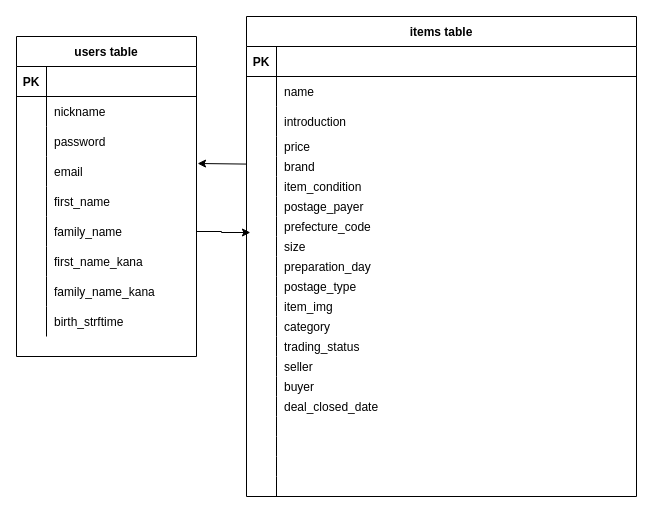
The draw.io diagram table.dio in masayaono/furima-32136, before the edit. Source tidied: cells renumbered, new cells numbered last; positions are measured from the earlier drawing's top-left corner, leaving out a move shared by most shapes. Both pictures are drawn from the tidied source at 100%, with x=0, y=0 at pixel (16, 16).
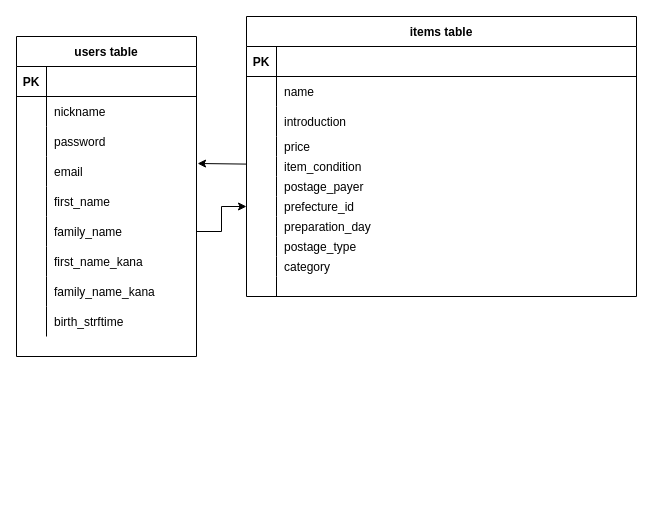
Above is the later version.

The change refers to these unchanged cells:
```xml
<mxCell id="12" style="shape=partialRectangle;fillColor=none;top=0;left=0;bottom=0;right=0;points=[[0,0.5],[1,0.5]];portConstraint=eastwest;" parent="2" vertex="1">
  <mxGeometry y="120" width="180" height="30" as="geometry" />
</mxCell>
<mxCell id="18" style="shape=partialRectangle;fillColor=none;top=0;left=0;bottom=0;right=0;points=[[0,0.5],[1,0.5]];portConstraint=eastwest;" parent="2" vertex="1">
  <mxGeometry y="180" width="180" height="30" as="geometry" />
</mxCell>
```

The edit, as a diff of the source:
```diff
@@
     <mxCell id="30" value="items table" style="shape=table;startSize=30;childLayout=tableLayout;rowLines=0;fontStyle=1;align=center;" parent="1" vertex="1">
-      <mxGeometry x="230" width="390" height="480" as="geometry" />
+      <mxGeometry x="230" width="390" height="280" as="geometry" />
     </mxCell>
@@
-    <mxCell id="43" style="shape=partialRectangle;fillColor=none;top=0;left=0;bottom=0;right=0;points=[[0,0.5],[1,0.5]];portConstraint=eastwest;" parent="30" vertex="1">
-      <mxGeometry y="140" width="390" height="20" as="geometry" />
-    </mxCell>
-    <mxCell id="44" style="shape=partialRectangle;fillColor=none;top=0;left=0;bottom=0;right=0;overflow=hidden;" parent="43" vertex="1">
-      <mxGeometry width="30" height="20" as="geometry" />
-    </mxCell>
-    <mxCell id="45" value="brand" style="shape=partialRectangle;fillColor=none;top=0;left=0;bottom=0;right=0;align=left;spacingLeft=6;overflow=hidden;" parent="43" vertex="1">
-      <mxGeometry x="30" width="360" height="20" as="geometry" />
-    </mxCell>
     <mxCell id="46" style="shape=partialRectangle;fillColor=none;top=0;left=0;bottom=0;right=0;" parent="30" vertex="1">
-      <mxGeometry y="160" width="390" height="20" as="geometry" />
+      <mxGeometry y="140" width="390" height="20" as="geometry" />
     </mxCell>
@@
     <mxCell id="49" style="shape=partialRectangle;fillColor=none;top=0;left=0;bottom=0;right=0;" parent="30" vertex="1">
-      <mxGeometry y="180" width="390" height="20" as="geometry" />
+      <mxGeometry y="160" width="390" height="20" as="geometry" />
     </mxCell>
@@
     <mxCell id="52" style="shape=partialRectangle;fillColor=none;top=0;left=0;bottom=0;right=0;points=[[0,0.5],[1,0.5]];portConstraint=eastwest;" parent="30" vertex="1">
-      <mxGeometry y="200" width="390" height="20" as="geometry" />
+      <mxGeometry y="180" width="390" height="20" as="geometry" />
     </mxCell>
@@
-    <mxCell id="54" value="prefecture_code" style="shape=partialRectangle;fillColor=none;top=0;left=0;bottom=0;right=0;align=left;spacingLeft=6;overflow=hidden;" parent="52" vertex="1">
+    <mxCell id="54" value="prefecture_id" style="shape=partialRectangle;fillColor=none;top=0;left=0;bottom=0;right=0;align=left;spacingLeft=6;overflow=hidden;" parent="52" vertex="1">
       <mxGeometry x="30" width="360" height="20" as="geometry" />
     </mxCell>
-    <mxCell id="55" style="shape=partialRectangle;fillColor=none;top=0;left=0;bottom=0;right=0;points=[[0,0.5],[1,0.5]];portConstraint=eastwest;" parent="30" vertex="1">
-      <mxGeometry y="220" width="390" height="20" as="geometry" />
-    </mxCell>
-    <mxCell id="56" style="shape=partialRectangle;fillColor=none;top=0;left=0;bottom=0;right=0;overflow=hidden;" parent="55" vertex="1">
-      <mxGeometry width="30" height="20" as="geometry" />
-    </mxCell>
-    <mxCell id="57" value="size" style="shape=partialRectangle;fillColor=none;top=0;left=0;bottom=0;right=0;align=left;spacingLeft=6;overflow=hidden;" parent="55" vertex="1">
-      <mxGeometry x="30" width="360" height="20" as="geometry" />
-    </mxCell>
     <mxCell id="58" style="shape=partialRectangle;fillColor=none;top=0;left=0;bottom=0;right=0;" parent="30" vertex="1">
-      <mxGeometry y="240" width="390" height="20" as="geometry" />
+      <mxGeometry y="200" width="390" height="20" as="geometry" />
     </mxCell>
@@
     <mxCell id="61" style="shape=partialRectangle;fillColor=none;top=0;left=0;bottom=0;right=0;" parent="30" vertex="1">
-      <mxGeometry y="260" width="390" height="20" as="geometry" />
+      <mxGeometry y="220" width="390" height="20" as="geometry" />
     </mxCell>
@@
-    <mxCell id="64" style="shape=partialRectangle;fillColor=none;top=0;left=0;bottom=0;right=0;" parent="30" vertex="1">
-      <mxGeometry y="280" width="390" height="20" as="geometry" />
-    </mxCell>
-    <mxCell id="65" style="shape=partialRectangle;fillColor=none;top=0;left=0;bottom=0;right=0;overflow=hidden;" parent="64" vertex="1">
-      <mxGeometry width="30" height="20" as="geometry" />
-    </mxCell>
-    <mxCell id="66" value="item_img" style="shape=partialRectangle;fillColor=none;top=0;left=0;bottom=0;right=0;align=left;spacingLeft=6;overflow=hidden;" parent="64" vertex="1">
-      <mxGeometry x="30" width="360" height="20" as="geometry" />
-    </mxCell>
     <mxCell id="67" style="shape=partialRectangle;fillColor=none;top=0;left=0;bottom=0;right=0;" parent="30" vertex="1">
-      <mxGeometry y="300" width="390" height="20" as="geometry" />
+      <mxGeometry y="240" width="390" height="20" as="geometry" />
     </mxCell>
@@
-    <mxCell id="70" style="shape=partialRectangle;fillColor=none;top=0;left=0;bottom=0;right=0;" parent="30" vertex="1">
-      <mxGeometry y="320" width="390" height="20" as="geometry" />
-    </mxCell>
-    <mxCell id="71" style="shape=partialRectangle;fillColor=none;top=0;left=0;bottom=0;right=0;overflow=hidden;" parent="70" vertex="1">
-      <mxGeometry width="30" height="20" as="geometry" />
-    </mxCell>
-    <mxCell id="72" value="trading_status" style="shape=partialRectangle;fillColor=none;top=0;left=0;bottom=0;right=0;align=left;spacingLeft=6;overflow=hidden;" parent="70" vertex="1">
-      <mxGeometry x="30" width="360" height="20" as="geometry" />
-    </mxCell>
-    <mxCell id="73" style="shape=partialRectangle;fillColor=none;top=0;left=0;bottom=0;right=0;" parent="30" vertex="1">
-      <mxGeometry y="340" width="390" height="20" as="geometry" />
-    </mxCell>
-    <mxCell id="74" style="shape=partialRectangle;fillColor=none;top=0;left=0;bottom=0;right=0;overflow=hidden;" parent="73" vertex="1">
-      <mxGeometry width="30" height="20" as="geometry" />
-    </mxCell>
-    <mxCell id="75" value="seller" style="shape=partialRectangle;fillColor=none;top=0;left=0;bottom=0;right=0;align=left;spacingLeft=6;overflow=hidden;" parent="73" vertex="1">
-      <mxGeometry x="30" width="360" height="20" as="geometry" />
-    </mxCell>
-    <mxCell id="76" style="shape=partialRectangle;fillColor=none;top=0;left=0;bottom=0;right=0;" parent="30" vertex="1">
-      <mxGeometry y="360" width="390" height="20" as="geometry" />
-    </mxCell>
-    <mxCell id="77" style="shape=partialRectangle;fillColor=none;top=0;left=0;bottom=0;right=0;overflow=hidden;" parent="76" vertex="1">
-      <mxGeometry width="30" height="20" as="geometry" />
-    </mxCell>
-    <mxCell id="78" value="buyer " style="shape=partialRectangle;fillColor=none;top=0;left=0;bottom=0;right=0;align=left;spacingLeft=6;overflow=hidden;" parent="76" vertex="1">
-      <mxGeometry x="30" width="360" height="20" as="geometry" />
-    </mxCell>
-    <mxCell id="79" style="shape=partialRectangle;fillColor=none;top=0;left=0;bottom=0;right=0;" parent="30" vertex="1">
-      <mxGeometry y="380" width="390" height="20" as="geometry" />
-    </mxCell>
-    <mxCell id="80" style="shape=partialRectangle;fillColor=none;top=0;left=0;bottom=0;right=0;overflow=hidden;" parent="79" vertex="1">
-      <mxGeometry width="30" height="20" as="geometry" />
-    </mxCell>
-    <mxCell id="81" value="deal_closed_date" style="shape=partialRectangle;fillColor=none;top=0;left=0;bottom=0;right=0;align=left;spacingLeft=6;overflow=hidden;" parent="79" vertex="1">
-      <mxGeometry x="30" width="360" height="20" as="geometry" />
-    </mxCell>
-    <mxCell id="82" style="shape=partialRectangle;fillColor=none;top=0;left=0;bottom=0;right=0;" parent="30" vertex="1">
-      <mxGeometry y="400" width="390" height="20" as="geometry" />
-    </mxCell>
-    <mxCell id="83" style="shape=partialRectangle;fillColor=none;top=0;left=0;bottom=0;right=0;overflow=hidden;" parent="82" vertex="1">
-      <mxGeometry width="30" height="20" as="geometry" />
-    </mxCell>
-    <mxCell id="84" style="shape=partialRectangle;fillColor=none;top=0;left=0;bottom=0;right=0;align=left;spacingLeft=6;overflow=hidden;" parent="82" vertex="1">
-      <mxGeometry x="30" width="360" height="20" as="geometry" />
-    </mxCell>
-    <mxCell id="85" style="shape=partialRectangle;fillColor=none;top=0;left=0;bottom=0;right=0;" parent="30" vertex="1">
-      <mxGeometry y="420" width="390" height="20" as="geometry" />
-    </mxCell>
-    <mxCell id="86" style="shape=partialRectangle;fillColor=none;top=0;left=0;bottom=0;right=0;overflow=hidden;" parent="85" vertex="1">
-      <mxGeometry width="30" height="20" as="geometry" />
-    </mxCell>
-    <mxCell id="87" style="shape=partialRectangle;fillColor=none;top=0;left=0;bottom=0;right=0;align=left;spacingLeft=6;overflow=hidden;" parent="85" vertex="1">
-      <mxGeometry x="30" width="360" height="20" as="geometry" />
-    </mxCell>
-    <mxCell id="88" style="shape=partialRectangle;fillColor=none;top=0;left=0;bottom=0;right=0;" parent="30" vertex="1">
-      <mxGeometry y="440" width="390" height="20" as="geometry" />
-    </mxCell>
-    <mxCell id="89" style="shape=partialRectangle;fillColor=none;top=0;left=0;bottom=0;right=0;overflow=hidden;" parent="88" vertex="1">
-      <mxGeometry width="30" height="20" as="geometry" />
-    </mxCell>
-    <mxCell id="90" style="shape=partialRectangle;fillColor=none;top=0;left=0;bottom=0;right=0;align=left;spacingLeft=6;overflow=hidden;" parent="88" vertex="1">
-      <mxGeometry x="30" width="360" height="20" as="geometry" />
-    </mxCell>
     <mxCell id="91" style="shape=partialRectangle;fillColor=none;top=0;left=0;bottom=0;right=0;" parent="30" vertex="1">
-      <mxGeometry y="460" width="390" height="20" as="geometry" />
+      <mxGeometry y="260" width="390" height="20" as="geometry" />
     </mxCell>
@@
-    <mxCell id="94" style="edgeStyle=none;rounded=0;jettySize=auto;html=1;entryX=1.006;entryY=0.233;entryDx=0;entryDy=0;entryPerimeter=0;" parent="1" edge="1" source="43" target="12">
-      <mxGeometry relative="1" as="geometry" />
+    <mxCell id="94" style="edgeStyle=none;rounded=0;jettySize=auto;html=1;entryX=1.006;entryY=0.233;entryDx=0;entryDy=0;entryPerimeter=0;" parent="1" edge="1" target="12">
+      <mxGeometry relative="1" as="geometry">
+        <mxPoint x="230" y="147.6" as="sourcePoint" />
+      </mxGeometry>
     </mxCell>
-    <mxCell id="95" style="edgeStyle=orthogonalEdgeStyle;rounded=0;jettySize=auto;html=1;entryX=0.01;entryY=-0.2;entryDx=0;entryDy=0;entryPerimeter=0;" parent="1" edge="1" source="18" target="55">
+    <mxCell id="95" style="edgeStyle=orthogonalEdgeStyle;rounded=0;jettySize=auto;html=1;exitX=1;exitY=0.5;exitDx=0;exitDy=0;entryX=0;entryY=0.5;entryDx=0;entryDy=0;" parent="1" edge="1" source="18" target="52">
       <mxGeometry relative="1" as="geometry" />
     </mxCell>
```
